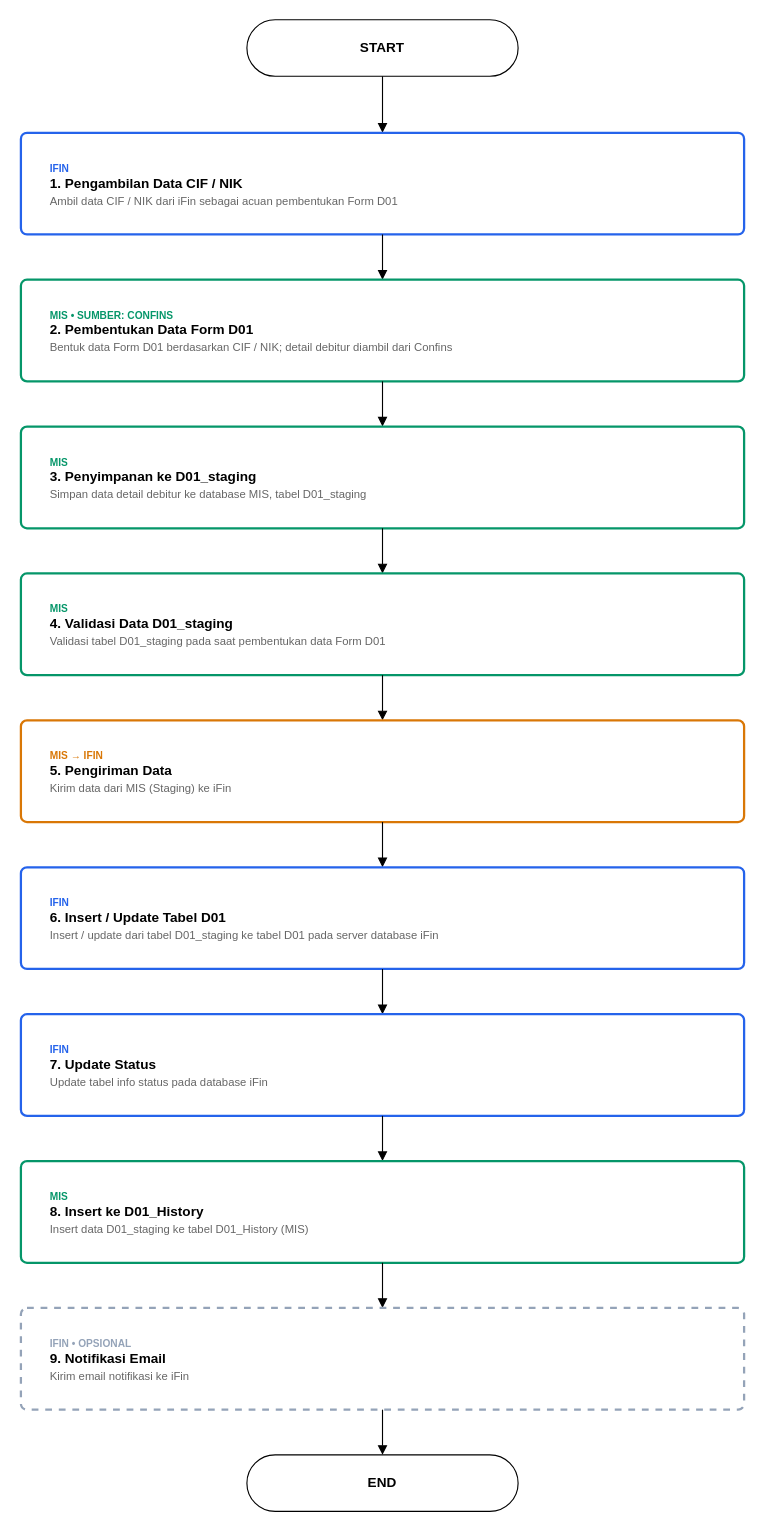
Earlier version of the draw.io diagram diagrams/slik-d01-business-flow.drawio (mcellina/flow_process_1). Source tidied: cells renumbered, new cells numbered last; positions are measured from the earlier drawing's top-left corner, leaving out a move shared by most shapes. Both pictures are drawn from the tidied source at 113%, with x=0, y=0 at pixel (20, 19).
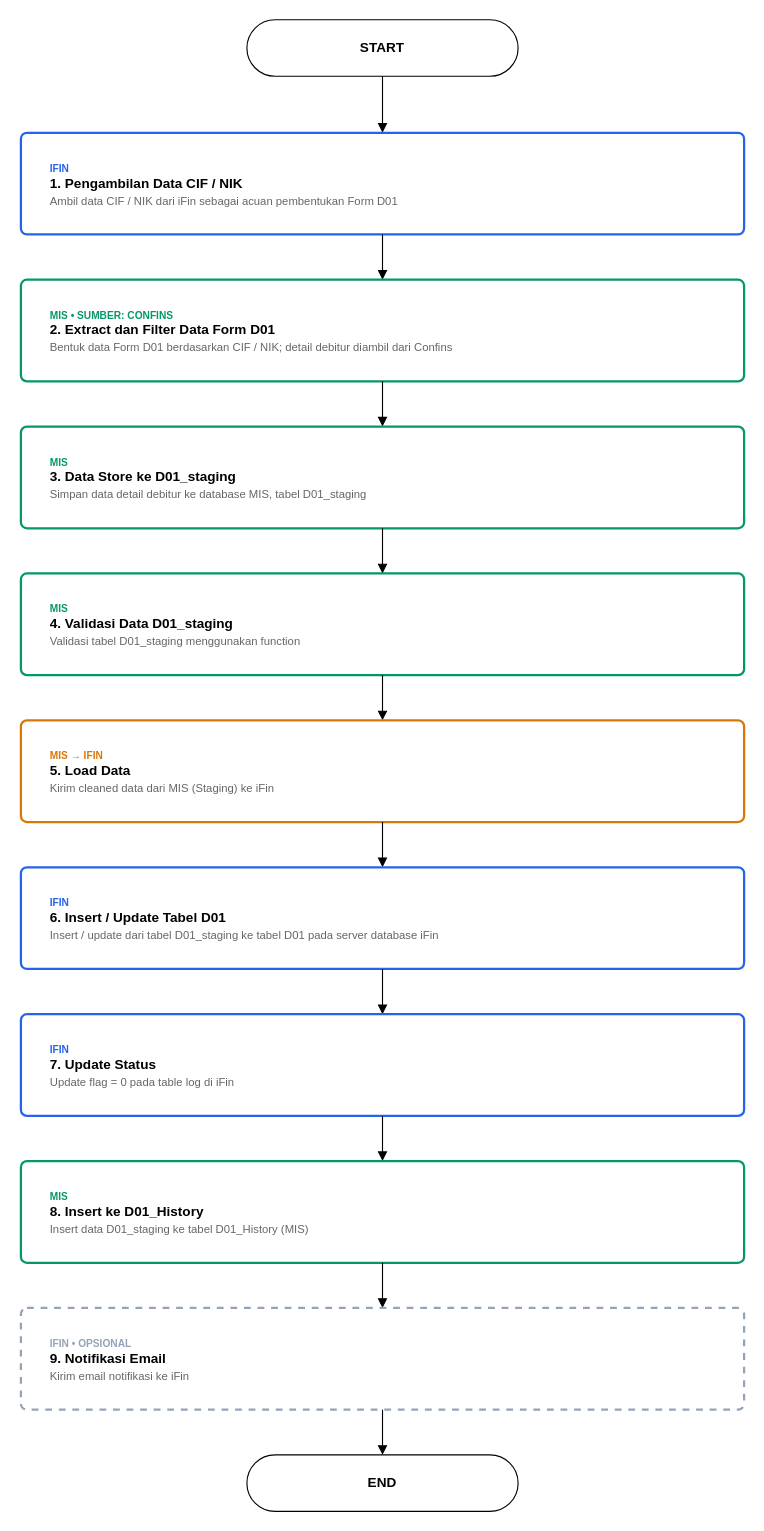
Above is the later version.

What changed in the source:
```diff
@@
-    <mxCell id="6" value="&lt;font style='font-size:9px;color:#059669'&gt;&lt;b&gt;MIS • SUMBER: CONFINS&lt;/b&gt;&lt;/font&gt;&lt;br&gt;&lt;b&gt;2. Pembentukan Data Form D01&lt;/b&gt;&lt;br&gt;&lt;font style='font-size:10px;color:#666666'&gt;Bentuk data Form D01 berdasarkan CIF / NIK; detail debitur diambil dari Confins&lt;/font&gt;" style="rounded=1;arcSize=6;whiteSpace=wrap;html=1;align=left;verticalAlign=middle;spacing=10;spacingLeft=16;strokeColor=#059669;strokeWidth=2;" parent="1" vertex="1">
+    <mxCell id="6" value="&lt;font style=&quot;font-size: 9px; color: rgb(5, 150, 105);&quot;&gt;&lt;b&gt;MIS • SUMBER: CONFINS&lt;/b&gt;&lt;/font&gt;&lt;br&gt;&lt;b&gt;2. Extract dan Filter Data Form D01&lt;/b&gt;&lt;br&gt;&lt;font style=&quot;font-size: 10px; color: rgb(102, 102, 102);&quot;&gt;Bentuk data Form D01 berdasarkan CIF / NIK; detail debitur diambil dari Confins&lt;/font&gt;" style="rounded=1;arcSize=6;whiteSpace=wrap;html=1;align=left;verticalAlign=middle;spacing=10;spacingLeft=16;strokeColor=#059669;strokeWidth=2;" parent="1" vertex="1">
       <mxGeometry y="230" width="640" height="90" as="geometry" />
     </mxCell>
@@
-    <mxCell id="8" value="&lt;font style='font-size:9px;color:#059669'&gt;&lt;b&gt;MIS&lt;/b&gt;&lt;/font&gt;&lt;br&gt;&lt;b&gt;3. Penyimpanan ke D01_staging&lt;/b&gt;&lt;br&gt;&lt;font style='font-size:10px;color:#666666'&gt;Simpan data detail debitur ke database MIS, tabel D01_staging&lt;/font&gt;" style="rounded=1;arcSize=6;whiteSpace=wrap;html=1;align=left;verticalAlign=middle;spacing=10;spacingLeft=16;strokeColor=#059669;strokeWidth=2;" parent="1" vertex="1">
+    <mxCell id="8" value="&lt;font style=&quot;font-size: 9px; color: rgb(5, 150, 105);&quot;&gt;&lt;b&gt;MIS&lt;/b&gt;&lt;/font&gt;&lt;br&gt;&lt;b&gt;3. Data Store ke D01_staging&lt;/b&gt;&lt;br&gt;&lt;font style=&quot;font-size: 10px; color: rgb(102, 102, 102);&quot;&gt;Simpan data detail debitur ke database MIS, tabel D01_staging&lt;/font&gt;" style="rounded=1;arcSize=6;whiteSpace=wrap;html=1;align=left;verticalAlign=middle;spacing=10;spacingLeft=16;strokeColor=#059669;strokeWidth=2;" parent="1" vertex="1">
       <mxGeometry y="360" width="640" height="90" as="geometry" />
     </mxCell>
@@
-    <mxCell id="10" value="&lt;font style='font-size:9px;color:#059669'&gt;&lt;b&gt;MIS&lt;/b&gt;&lt;/font&gt;&lt;br&gt;&lt;b&gt;4. Validasi Data D01_staging&lt;/b&gt;&lt;br&gt;&lt;font style='font-size:10px;color:#666666'&gt;Validasi tabel D01_staging pada saat pembentukan data Form D01&lt;/font&gt;" style="rounded=1;arcSize=6;whiteSpace=wrap;html=1;align=left;verticalAlign=middle;spacing=10;spacingLeft=16;strokeColor=#059669;strokeWidth=2;" parent="1" vertex="1">
+    <mxCell id="10" value="&lt;font style=&quot;font-size: 9px; color: rgb(5, 150, 105);&quot;&gt;&lt;b&gt;MIS&lt;/b&gt;&lt;/font&gt;&lt;br&gt;&lt;b&gt;4. Validasi Data D01_staging&lt;/b&gt;&lt;br&gt;&lt;font style=&quot;font-size: 10px; color: rgb(102, 102, 102);&quot;&gt;Validasi tabel D01_staging menggunakan function&lt;/font&gt;" style="rounded=1;arcSize=6;whiteSpace=wrap;html=1;align=left;verticalAlign=middle;spacing=10;spacingLeft=16;strokeColor=#059669;strokeWidth=2;" parent="1" vertex="1">
       <mxGeometry y="490" width="640" height="90" as="geometry" />
     </mxCell>
@@
-    <mxCell id="12" value="&lt;font style='font-size:9px;color:#D97706'&gt;&lt;b&gt;MIS → IFIN&lt;/b&gt;&lt;/font&gt;&lt;br&gt;&lt;b&gt;5. Pengiriman Data&lt;/b&gt;&lt;br&gt;&lt;font style='font-size:10px;color:#666666'&gt;Kirim data dari MIS (Staging) ke iFin&lt;/font&gt;" style="rounded=1;arcSize=6;whiteSpace=wrap;html=1;align=left;verticalAlign=middle;spacing=10;spacingLeft=16;strokeColor=#D97706;strokeWidth=2;" parent="1" vertex="1">
+    <mxCell id="12" value="&lt;font style=&quot;font-size: 9px; color: rgb(217, 119, 6);&quot;&gt;&lt;b&gt;MIS → IFIN&lt;/b&gt;&lt;/font&gt;&lt;br&gt;&lt;b&gt;5. Load Data&lt;/b&gt;&lt;br&gt;&lt;font style=&quot;font-size: 10px; color: rgb(102, 102, 102);&quot;&gt;Kirim cleaned data dari MIS (Staging) ke iFin&lt;/font&gt;" style="rounded=1;arcSize=6;whiteSpace=wrap;html=1;align=left;verticalAlign=middle;spacing=10;spacingLeft=16;strokeColor=#D97706;strokeWidth=2;" parent="1" vertex="1">
       <mxGeometry y="620" width="640" height="90" as="geometry" />
     </mxCell>
@@
-    <mxCell id="16" value="&lt;font style='font-size:9px;color:#2563EB'&gt;&lt;b&gt;IFIN&lt;/b&gt;&lt;/font&gt;&lt;br&gt;&lt;b&gt;7. Update Status&lt;/b&gt;&lt;br&gt;&lt;font style='font-size:10px;color:#666666'&gt;Update tabel info status pada database iFin&lt;/font&gt;" style="rounded=1;arcSize=6;whiteSpace=wrap;html=1;align=left;verticalAlign=middle;spacing=10;spacingLeft=16;strokeColor=#2563EB;strokeWidth=2;" parent="1" vertex="1">
+    <mxCell id="16" value="&lt;font style=&quot;font-size: 9px; color: rgb(37, 99, 235);&quot;&gt;&lt;b&gt;IFIN&lt;/b&gt;&lt;/font&gt;&lt;br&gt;&lt;b&gt;7. Update Status&lt;/b&gt;&lt;br&gt;&lt;font style=&quot;font-size: 10px; color: rgb(102, 102, 102);&quot;&gt;Update flag = 0 pada table log di iFin&lt;/font&gt;" style="rounded=1;arcSize=6;whiteSpace=wrap;html=1;align=left;verticalAlign=middle;spacing=10;spacingLeft=16;strokeColor=#2563EB;strokeWidth=2;" parent="1" vertex="1">
       <mxGeometry y="880" width="640" height="90" as="geometry" />
     </mxCell>
```
